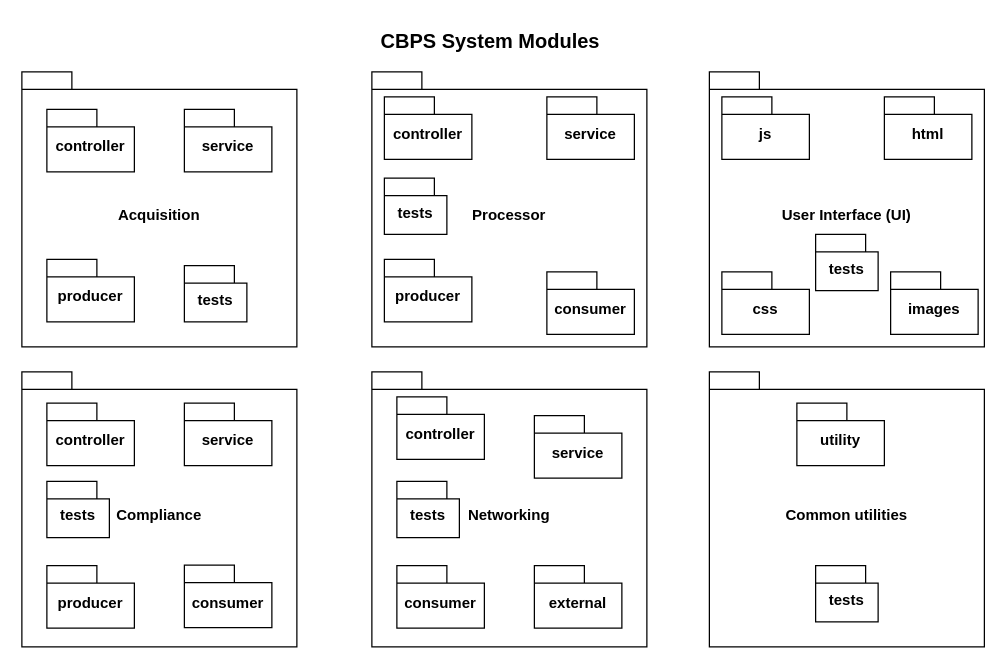
This is page "Module Decom" (8 of 9) of Parking.drawio from suhasark/bits-mtech-work, a draw.io file, before an edit. Source tidied: cells renumbered, new cells numbered last; positions are measured from the earlier drawing's top-left corner, leaving out a move shared by most shapes. Both pictures are drawn from the tidied source at 125%, with x=0, y=0 at pixel (21, 21).
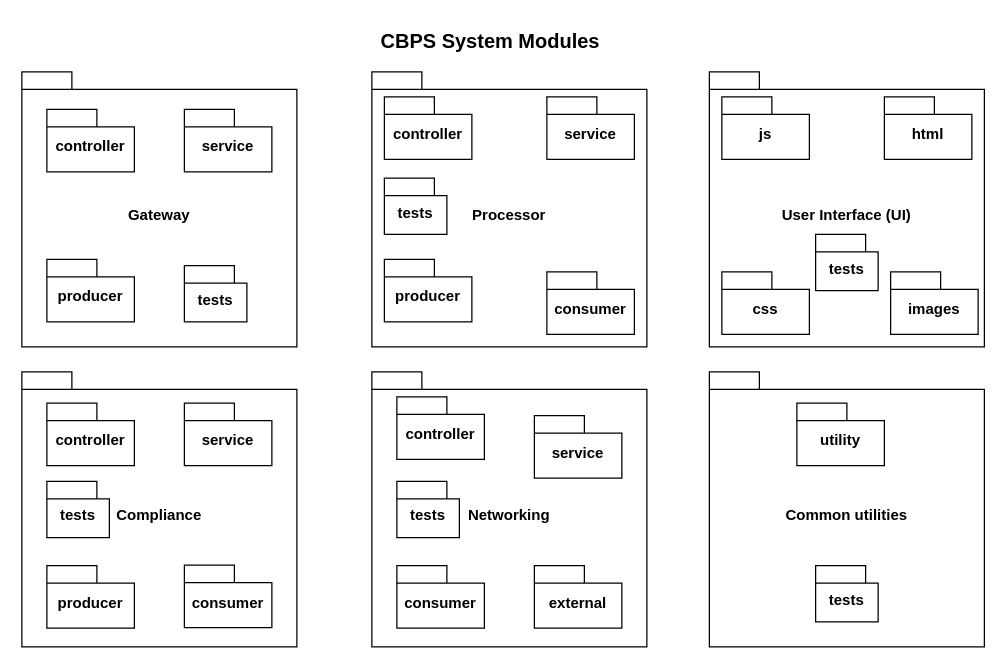
The same diagram, later.

Commit message:
connection diagram

Change to the diagram source:
```diff
@@
-    <mxCell id="2" value="Acquisition" style="shape=folder;fontStyle=1;spacingTop=10;tabWidth=40;tabHeight=14;tabPosition=left;html=1;whiteSpace=wrap;hachureGap=4;" parent="1" vertex="1">
+    <mxCell id="2" value="Gateway" style="shape=folder;fontStyle=1;spacingTop=10;tabWidth=40;tabHeight=14;tabPosition=left;html=1;whiteSpace=wrap;hachureGap=4;" parent="1" vertex="1">
       <mxGeometry y="40" width="220" height="220" as="geometry" />
     </mxCell>
```
